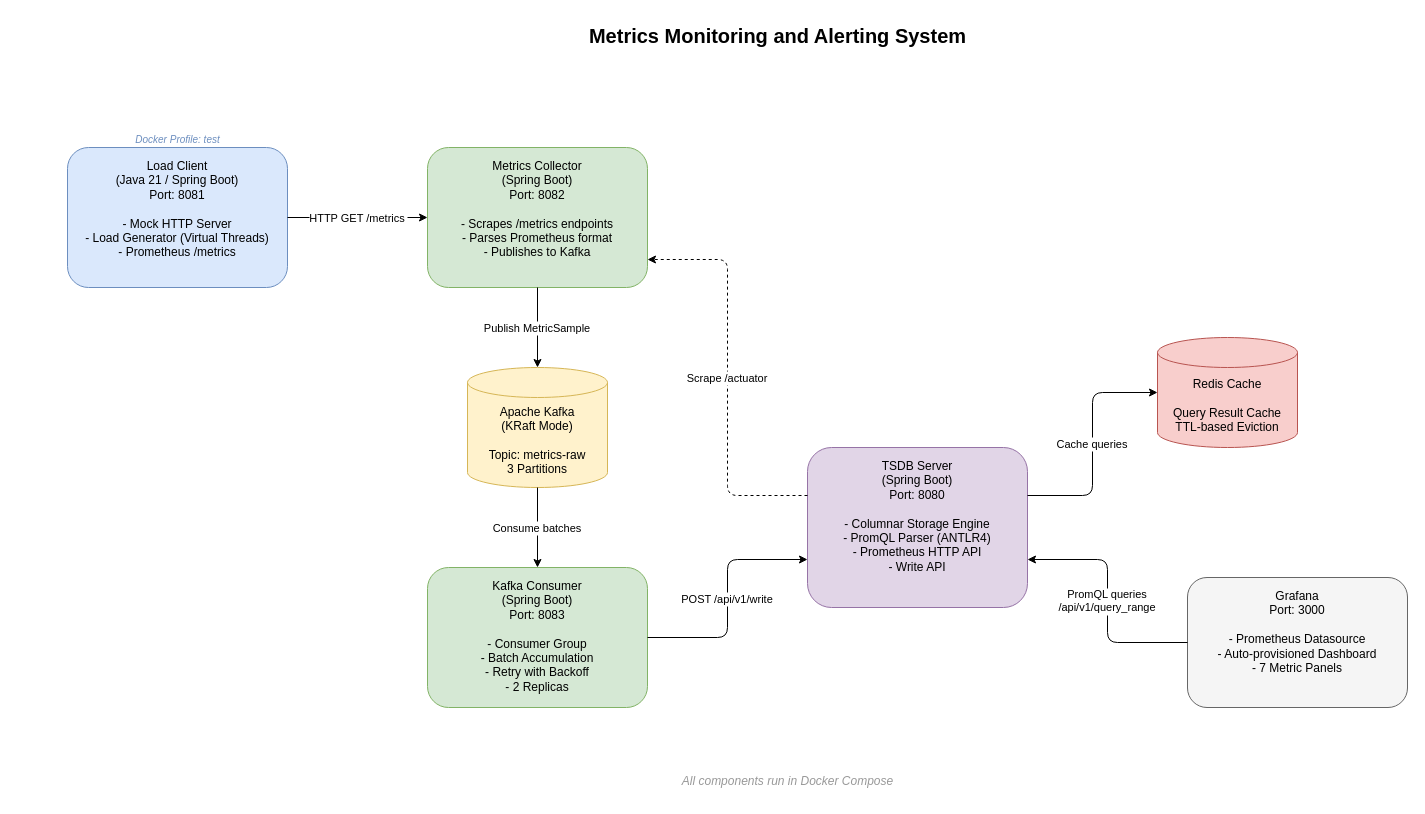
azastashkov/metrics-collecting-system keeps this draw.io diagram as docs/components.drawio. Above is the earlier version. Source tidied: cells renumbered, new cells numbered last; positions are measured from the earlier drawing's top-left corner, leaving out a move shared by most shapes. Both pictures are drawn from the tidied source at 100%, with x=0, y=0 at pixel (67, 17).
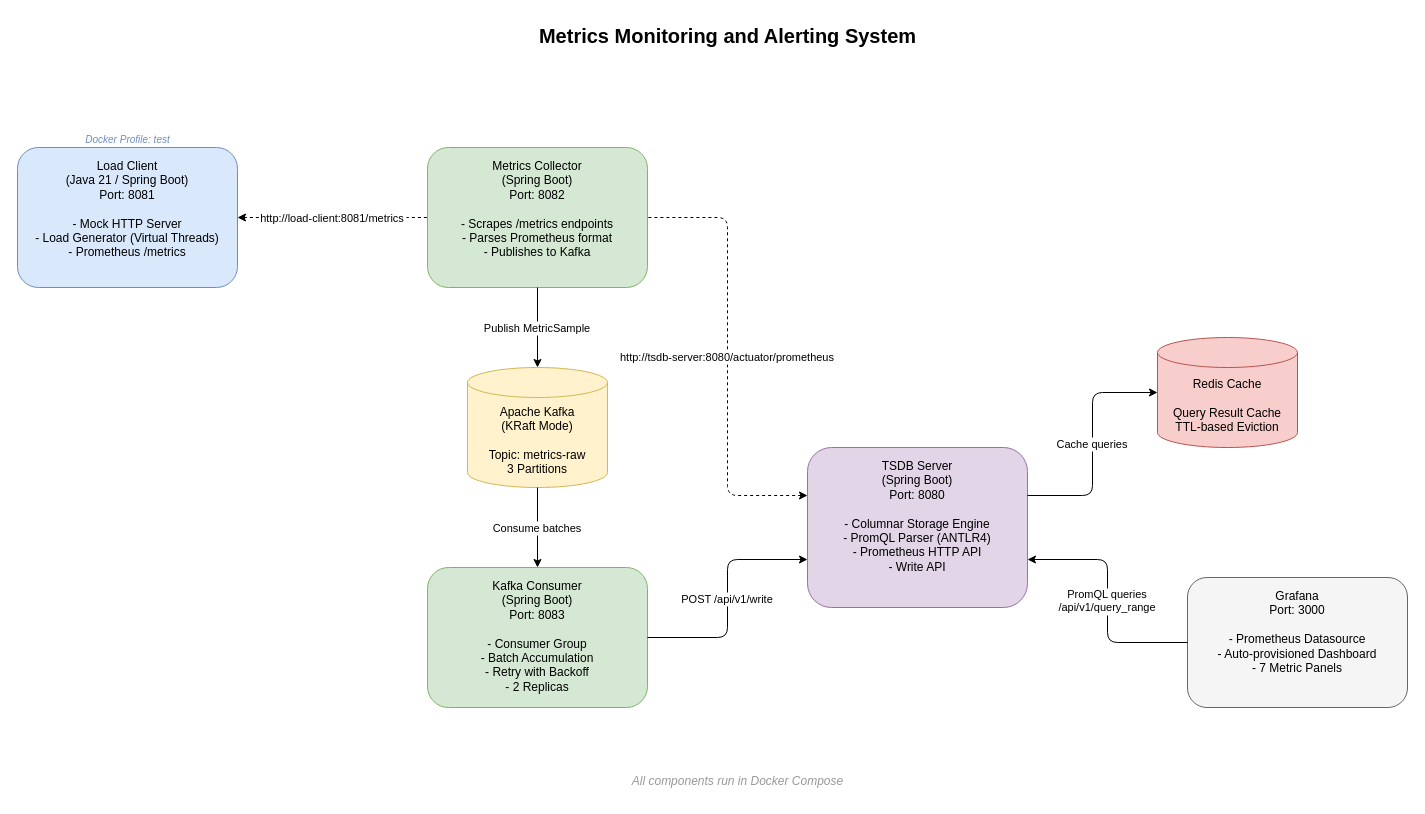
After the change.

What changed in the source:
```diff
@@
 <mxGraphModel>
   <root>
     <mxCell id="0" />
     <mxCell id="1" parent="0" />
     <mxCell id="2" value="Metrics Monitoring and Alerting System" style="text;html=1;fontSize=20;fontStyle=1;align=center;" parent="1" vertex="1">
-      <mxGeometry x="410" width="600" height="40" as="geometry" />
+      <mxGeometry x="360" width="600" height="40" as="geometry" />
     </mxCell>
     <mxCell id="3" value="Load Client&#10;(Java 21 / Spring Boot)&#10;Port: 8081&#10;&#10;- Mock HTTP Server&#10;- Load Generator (Virtual Threads)&#10;- Prometheus /metrics" style="rounded=1;whiteSpace=wrap;html=1;fillColor=#dae8fc;strokeColor=#6c8ebf;align=center;verticalAlign=top;spacingTop=5;" parent="1" vertex="1">
-      <mxGeometry y="130" width="220" height="140" as="geometry" />
+      <mxGeometry x="-50" y="130" width="220" height="140" as="geometry" />
     </mxCell>
     <mxCell id="4" value="Metrics Collector&#10;(Spring Boot)&#10;Port: 8082&#10;&#10;- Scrapes /metrics endpoints&#10;- Parses Prometheus format&#10;- Publishes to Kafka" style="rounded=1;whiteSpace=wrap;html=1;fillColor=#d5e8d4;strokeColor=#82b366;align=center;verticalAlign=top;spacingTop=5;" parent="1" vertex="1">
       <mxGeometry x="360" y="130" width="220" height="140" as="geometry" />
     </mxCell>
     <mxCell id="5" value="Apache Kafka&#10;(KRaft Mode)&#10;&#10;Topic: metrics-raw&#10;3 Partitions" style="shape=cylinder3;whiteSpace=wrap;html=1;boundedLbl=1;backgroundOutline=1;size=15;fillColor=#fff2cc;strokeColor=#d6b656;" parent="1" vertex="1">
       <mxGeometry x="400" y="350" width="140" height="120" as="geometry" />
     </mxCell>
     <mxCell id="6" value="Kafka Consumer&#10;(Spring Boot)&#10;Port: 8083&#10;&#10;- Consumer Group&#10;- Batch Accumulation&#10;- Retry with Backoff&#10;- 2 Replicas" style="rounded=1;whiteSpace=wrap;html=1;fillColor=#d5e8d4;strokeColor=#82b366;align=center;verticalAlign=top;spacingTop=5;" parent="1" vertex="1">
       <mxGeometry x="360" y="550" width="220" height="140" as="geometry" />
     </mxCell>
     <mxCell id="7" value="TSDB Server&#10;(Spring Boot)&#10;Port: 8080&#10;&#10;- Columnar Storage Engine&#10;- PromQL Parser (ANTLR4)&#10;- Prometheus HTTP API&#10;- Write API" style="rounded=1;whiteSpace=wrap;html=1;fillColor=#e1d5e7;strokeColor=#9673a6;align=center;verticalAlign=top;spacingTop=5;" parent="1" vertex="1">
       <mxGeometry x="740" y="430" width="220" height="160" as="geometry" />
     </mxCell>
     <mxCell id="8" value="Redis Cache&#10;&#10;Query Result Cache&#10;TTL-based Eviction" style="shape=cylinder3;whiteSpace=wrap;html=1;boundedLbl=1;backgroundOutline=1;size=15;fillColor=#f8cecc;strokeColor=#b85450;" parent="1" vertex="1">
       <mxGeometry x="1090" y="320" width="140" height="110" as="geometry" />
     </mxCell>
     <mxCell id="9" value="Grafana&#10;Port: 3000&#10;&#10;- Prometheus Datasource&#10;- Auto-provisioned Dashboard&#10;- 7 Metric Panels" style="rounded=1;whiteSpace=wrap;html=1;fillColor=#f5f5f5;strokeColor=#666666;align=center;verticalAlign=top;spacingTop=5;" parent="1" vertex="1">
       <mxGeometry x="1120" y="560" width="220" height="130" as="geometry" />
     </mxCell>
-    <mxCell id="10" value="HTTP GET /metrics" style="edgeStyle=orthogonalEdgeStyle;rounded=1;jettySize=auto;exitX=1;exitY=0.5;exitDx=0;exitDy=0;entryX=0;entryY=0.5;entryDx=0;entryDy=0;" parent="1" edge="1" source="3" target="4">
+    <mxCell id="10" value="http://load-client:8081/metrics" style="edgeStyle=orthogonalEdgeStyle;rounded=1;jettySize=auto;exitX=1;exitY=0.5;exitDx=0;exitDy=0;entryX=0;entryY=0.5;entryDx=0;entryDy=0;startArrow=classic;startFill=1;endArrow=none;endFill=0;dashed=1;" parent="1" edge="1" source="3" target="4">
       <mxGeometry relative="1" as="geometry" />
     </mxCell>
     <mxCell id="11" value="Publish MetricSample" style="edgeStyle=orthogonalEdgeStyle;rounded=1;jettySize=auto;exitX=0.5;exitY=1;exitDx=0;exitDy=0;entryX=0.5;entryY=0;entryDx=0;entryDy=0;" parent="1" edge="1" source="4" target="5">
       <mxGeometry relative="1" as="geometry" />
     </mxCell>
     <mxCell id="12" value="Consume batches" style="edgeStyle=orthogonalEdgeStyle;rounded=1;jettySize=auto;exitX=0.5;exitY=1;exitDx=0;exitDy=0;entryX=0.5;entryY=0;entryDx=0;entryDy=0;" parent="1" edge="1" source="5" target="6">
       <mxGeometry relative="1" as="geometry" />
     </mxCell>
     <mxCell id="13" value="POST /api/v1/write" style="edgeStyle=orthogonalEdgeStyle;rounded=1;jettySize=auto;exitX=1;exitY=0.5;exitDx=0;exitDy=0;entryX=0;entryY=0.7;entryDx=0;entryDy=0;" parent="1" edge="1" source="6" target="7">
       <mxGeometry relative="1" as="geometry" />
     </mxCell>
     <mxCell id="14" value="Cache queries" style="edgeStyle=orthogonalEdgeStyle;rounded=1;jettySize=auto;exitX=1;exitY=0.3;exitDx=0;exitDy=0;entryX=0;entryY=0.5;entryDx=0;entryDy=0;" parent="1" edge="1" source="7" target="8">
       <mxGeometry relative="1" as="geometry" />
     </mxCell>
     <mxCell id="15" value="PromQL queries&#10;/api/v1/query_range" style="edgeStyle=orthogonalEdgeStyle;rounded=1;jettySize=auto;exitX=0;exitY=0.5;exitDx=0;exitDy=0;entryX=1;entryY=0.7;entryDx=0;entryDy=0;" parent="1" edge="1" source="9" target="7">
       <mxGeometry relative="1" as="geometry" />
     </mxCell>
-    <mxCell id="16" value="Scrape /actuator" style="edgeStyle=orthogonalEdgeStyle;rounded=1;jettySize=auto;exitX=0;exitY=0.3;exitDx=0;exitDy=0;entryX=1;entryY=0.8;entryDx=0;entryDy=0;dashed=1;" parent="1" edge="1" source="7" target="4">
+    <mxCell id="16" value="http://tsdb-server:8080/actuator/prometheus" style="edgeStyle=orthogonalEdgeStyle;rounded=1;jettySize=auto;exitX=0;exitY=0.3;exitDx=0;exitDy=0;entryX=1;entryY=0.5;entryDx=0;entryDy=0;dashed=1;startArrow=classic;startFill=1;endArrow=none;endFill=0;" parent="1" edge="1" source="7" target="4">
       <mxGeometry relative="1" as="geometry" />
     </mxCell>
     <mxCell id="17" value="All components run in Docker Compose" style="text;html=1;fontSize=12;fontStyle=2;align=center;fontColor=#999999;" parent="1" vertex="1">
-      <mxGeometry x="420" y="750" width="600" height="30" as="geometry" />
+      <mxGeometry x="370" y="750" width="600" height="30" as="geometry" />
     </mxCell>
     <mxCell id="18" value="Docker Profile: test" style="text;html=1;fontSize=10;fontStyle=2;align=center;fontColor=#6c8ebf;" parent="1" vertex="1">
-      <mxGeometry x="20" y="110" width="180" height="20" as="geometry" />
+      <mxGeometry x="-30" y="110" width="180" height="20" as="geometry" />
     </mxCell>
   </root>
 </mxGraphModel>
```
